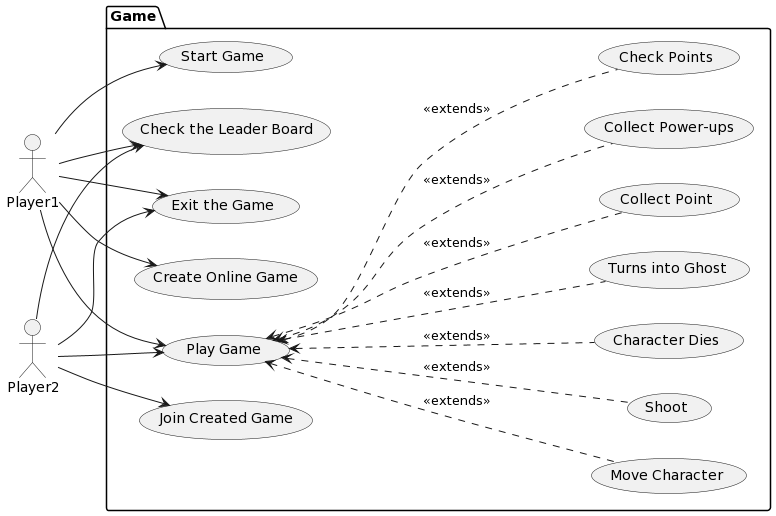
Earlier version of the PlantUML export resources/GameUseCaseDiagram.png (UoB-COMSM0110/2024-group-13).
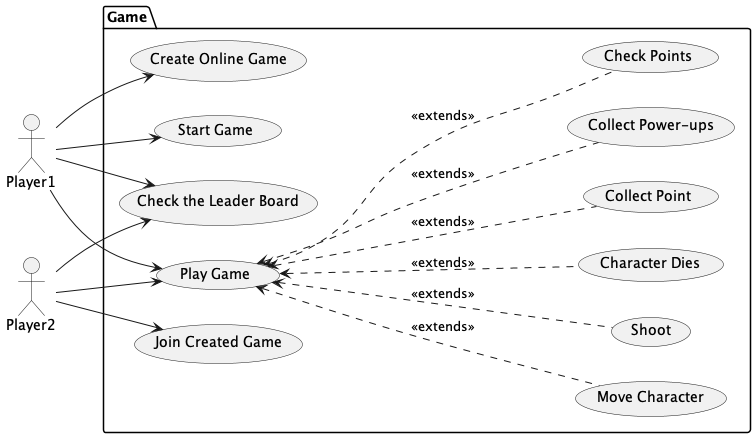
The same file after the commit.

Commit message:
update use case diagram

What changed in the source:
```diff
@@ -1,4 +1,5 @@
 @startuml
+
 left to right direction
 
 actor Player1 as p1
@@ -13,19 +14,16 @@
   usecase "Move Character" as mch
   usecase "Shoot" as sht
   usecase "Character Dies" as chd
-  usecase "Turns into Ghost" as tgst
   usecase "Collect Point" as clpt
   usecase "Collect Power-ups" as cpu
   usecase "Check Points" as chpts
 
   usecase "Check the Leader Board" as clb
-  usecase "Exit the Game" as eg
 }
 
 pg <.... mch : <<extends>>
 pg <.... sht : <<extends>>
 pg <.... chd : <<extends>>
-pg <.... tgst : <<extends>>
 pg <.... clpt : <<extends>>
 pg <.... cpu : <<extends>>
 pg <.... chpts : <<extends>>
@@ -37,6 +35,5 @@
 p2 --> pg
 p1 --> clb
 p2 --> clb
-p1 --> eg
-p2 --> eg
+
 @enduml
```
